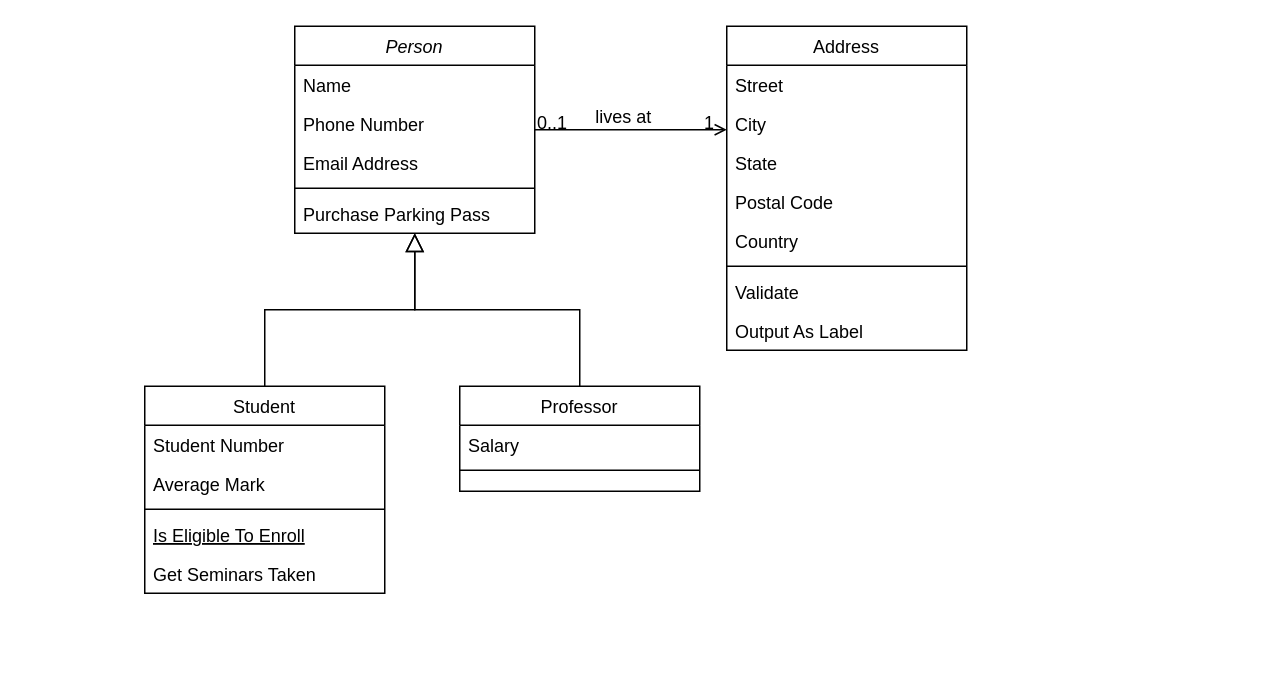
Earlier version of the draw.io diagram 未命名绘图.drawio (juegay/Hospital). Source tidied: cells renumbered, new cells numbered last; positions are measured from the earlier drawing's top-left corner, leaving out a move shared by most shapes. Both pictures are drawn from the tidied source at 150%, with x=0, y=0 at pixel (144, 26).
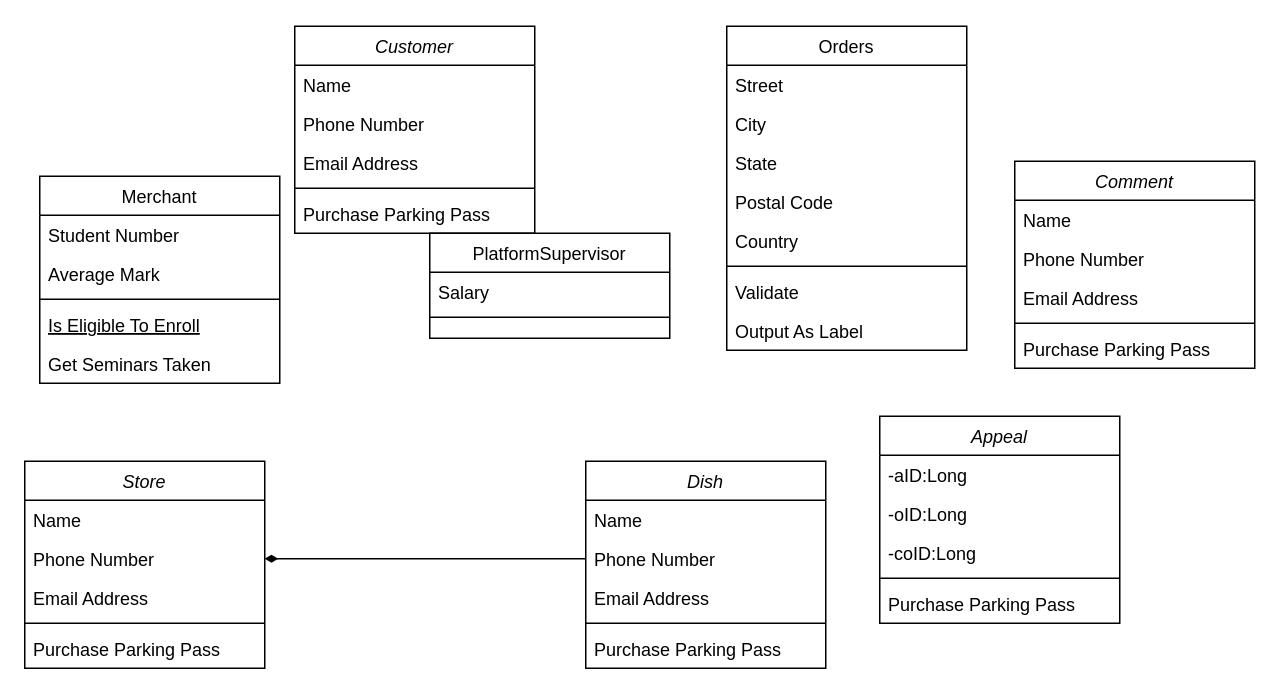
The same diagram, later.

The edit, as a diff of the source:
```diff
@@
-    <mxCell id="2" value="Person" style="swimlane;fontStyle=2;align=center;verticalAlign=top;horizontal=1;startSize=26;rounded=0;shadow=0;strokeWidth=1;" parent="1" vertex="1">
+    <mxCell id="2" value="Customer" style="swimlane;fontStyle=2;align=center;verticalAlign=top;horizontal=1;startSize=26;rounded=0;shadow=0;strokeWidth=1;" parent="1" vertex="1">
       <mxGeometry x="100" width="160" height="138" as="geometry" />
     </mxCell>
@@
-    <mxCell id="8" value="Student" style="swimlane;fontStyle=0;align=center;verticalAlign=top;horizontal=1;startSize=26;rounded=0;shadow=0;strokeWidth=1;" parent="1" vertex="1">
-      <mxGeometry y="240" width="160" height="138" as="geometry" />
+    <mxCell id="8" value="Merchant" style="swimlane;fontStyle=0;align=center;verticalAlign=top;horizontal=1;startSize=26;rounded=0;shadow=0;strokeWidth=1;" parent="1" vertex="1">
+      <mxGeometry x="-70" y="100" width="160" height="138" as="geometry" />
     </mxCell>
@@
-    <mxCell id="14" style="endArrow=block;endSize=10;endFill=0;shadow=0;strokeWidth=1;rounded=0;curved=0;edgeStyle=elbowEdgeStyle;elbow=vertical;" parent="1" edge="1" source="8" target="2">
-      <mxGeometry relative="1" as="geometry" />
-    </mxCell>
-    <mxCell id="15" value="Professor" style="swimlane;fontStyle=0;align=center;verticalAlign=top;horizontal=1;startSize=26;rounded=0;shadow=0;strokeWidth=1;" parent="1" vertex="1">
-      <mxGeometry x="210" y="240" width="160" height="70" as="geometry" />
+    <mxCell id="15" value="PlatformSupervisor" style="swimlane;fontStyle=0;align=center;verticalAlign=top;horizontal=1;startSize=26;rounded=0;shadow=0;strokeWidth=1;" parent="1" vertex="1">
+      <mxGeometry x="190" y="138" width="160" height="70" as="geometry" />
     </mxCell>
@@
-    <mxCell id="18" style="endArrow=block;endSize=10;endFill=0;shadow=0;strokeWidth=1;rounded=0;curved=0;edgeStyle=elbowEdgeStyle;elbow=vertical;" parent="1" edge="1" source="15" target="2">
-      <mxGeometry relative="1" as="geometry" />
-    </mxCell>
-    <mxCell id="19" value="Address" style="swimlane;fontStyle=0;align=center;verticalAlign=top;horizontal=1;startSize=26;rounded=0;shadow=0;strokeWidth=1;" parent="1" vertex="1">
+    <mxCell id="19" value="Orders" style="swimlane;fontStyle=0;align=center;verticalAlign=top;horizontal=1;startSize=26;rounded=0;shadow=0;strokeWidth=1;" parent="1" vertex="1">
       <mxGeometry x="388" width="160" height="216" as="geometry" />
     </mxCell>
@@
-    <mxCell id="28" style="endArrow=open;shadow=0;strokeWidth=1;rounded=0;curved=0;endFill=1;edgeStyle=elbowEdgeStyle;elbow=vertical;" parent="1" edge="1" source="2" target="19">
-      <mxGeometry x="0.5" y="41" relative="1" as="geometry">
-        <mxPoint x="-40" y="32" as="offset" />
-      </mxGeometry>
-    </mxCell>
-    <mxCell id="29" value="0..1" style="align=left;verticalAlign=bottom;labelBackgroundColor=none;fontSize=12;" parent="28" vertex="1">
-      <mxGeometry x="-1" relative="1" as="geometry">
-        <mxPoint y="4" as="offset" />
-      </mxGeometry>
-    </mxCell>
-    <mxCell id="30" value="1" style="align=right;verticalAlign=bottom;labelBackgroundColor=none;fontSize=12;" parent="28" vertex="1">
-      <mxGeometry x="1" relative="1" as="geometry">
-        <mxPoint x="-7" y="4" as="offset" />
-      </mxGeometry>
-    </mxCell>
-    <mxCell id="31" value="lives at" style="text;html=1;align=center;verticalAlign=middle;labelBackgroundColor=none;rounded=0;shadow=0;strokeWidth=1;fontSize=12;" parent="28" vertex="1">
-      <mxGeometry x="0.5" y="49" relative="1" as="geometry">
-        <mxPoint x="-38" y="40" as="offset" />
-      </mxGeometry>
-    </mxCell>
+    <mxCell id="32" value="Appeal" style="swimlane;fontStyle=2;align=center;verticalAlign=top;horizontal=1;startSize=26;rounded=0;shadow=0;strokeWidth=1;" parent="1" vertex="1">
+      <mxGeometry x="490" y="260" width="160" height="138" as="geometry" />
+    </mxCell>
+    <mxCell id="33" value="-aID:Long" style="text;align=left;verticalAlign=top;spacingLeft=4;spacingRight=4;overflow=hidden;" parent="32" vertex="1">
+      <mxGeometry y="26" width="160" height="26" as="geometry" />
+    </mxCell>
+    <mxCell id="34" value="-oID:Long" style="text;align=left;verticalAlign=top;spacingLeft=4;spacingRight=4;overflow=hidden;rounded=0;shadow=0;html=0;" parent="32" vertex="1">
+      <mxGeometry y="52" width="160" height="26" as="geometry" />
+    </mxCell>
+    <mxCell id="35" value="-coID:Long" style="text;align=left;verticalAlign=top;spacingLeft=4;spacingRight=4;overflow=hidden;rounded=0;shadow=0;html=0;" parent="32" vertex="1">
+      <mxGeometry y="78" width="160" height="26" as="geometry" />
+    </mxCell>
+    <mxCell id="36" style="line;html=1;strokeWidth=1;align=left;verticalAlign=middle;spacingTop=-1;spacingLeft=3;spacingRight=3;labelPosition=right;" parent="32" vertex="1">
+      <mxGeometry y="104" width="160" height="8" as="geometry" />
+    </mxCell>
+    <mxCell id="37" value="Purchase Parking Pass" style="text;align=left;verticalAlign=top;spacingLeft=4;spacingRight=4;overflow=hidden;" parent="32" vertex="1">
+      <mxGeometry y="112" width="160" height="26" as="geometry" />
+    </mxCell>
+    <mxCell id="38" value="Comment" style="swimlane;fontStyle=2;align=center;verticalAlign=top;horizontal=1;startSize=26;rounded=0;shadow=0;strokeWidth=1;" parent="1" vertex="1">
+      <mxGeometry x="580" y="90" width="160" height="138" as="geometry" />
+    </mxCell>
+    <mxCell id="39" value="Name" style="text;align=left;verticalAlign=top;spacingLeft=4;spacingRight=4;overflow=hidden;" parent="38" vertex="1">
+      <mxGeometry y="26" width="160" height="26" as="geometry" />
+    </mxCell>
+    <mxCell id="40" value="Phone Number" style="text;align=left;verticalAlign=top;spacingLeft=4;spacingRight=4;overflow=hidden;rounded=0;shadow=0;html=0;" parent="38" vertex="1">
+      <mxGeometry y="52" width="160" height="26" as="geometry" />
+    </mxCell>
+    <mxCell id="41" value="Email Address" style="text;align=left;verticalAlign=top;spacingLeft=4;spacingRight=4;overflow=hidden;rounded=0;shadow=0;html=0;" parent="38" vertex="1">
+      <mxGeometry y="78" width="160" height="26" as="geometry" />
+    </mxCell>
+    <mxCell id="42" style="line;html=1;strokeWidth=1;align=left;verticalAlign=middle;spacingTop=-1;spacingLeft=3;spacingRight=3;labelPosition=right;" parent="38" vertex="1">
+      <mxGeometry y="104" width="160" height="8" as="geometry" />
+    </mxCell>
+    <mxCell id="43" value="Purchase Parking Pass" style="text;align=left;verticalAlign=top;spacingLeft=4;spacingRight=4;overflow=hidden;" parent="38" vertex="1">
+      <mxGeometry y="112" width="160" height="26" as="geometry" />
+    </mxCell>
+    <mxCell id="44" value="Store" style="swimlane;fontStyle=2;align=center;verticalAlign=top;horizontal=1;startSize=26;rounded=0;shadow=0;strokeWidth=1;" parent="1" vertex="1">
+      <mxGeometry x="-80" y="290" width="160" height="138" as="geometry" />
+    </mxCell>
+    <mxCell id="45" value="Name" style="text;align=left;verticalAlign=top;spacingLeft=4;spacingRight=4;overflow=hidden;" parent="44" vertex="1">
+      <mxGeometry y="26" width="160" height="26" as="geometry" />
+    </mxCell>
+    <mxCell id="46" value="Phone Number" style="text;align=left;verticalAlign=top;spacingLeft=4;spacingRight=4;overflow=hidden;points=[[0,0.5],[1,0.5]];portConstraint=eastwest;rounded=0;shadow=0;html=0;" parent="44" vertex="1">
+      <mxGeometry y="52" width="160" height="26" as="geometry" />
+    </mxCell>
+    <mxCell id="47" value="Email Address" style="text;align=left;verticalAlign=top;spacingLeft=4;spacingRight=4;overflow=hidden;rounded=0;shadow=0;html=0;" parent="44" vertex="1">
+      <mxGeometry y="78" width="160" height="26" as="geometry" />
+    </mxCell>
+    <mxCell id="48" style="line;html=1;strokeWidth=1;align=left;verticalAlign=middle;spacingTop=-1;spacingLeft=3;spacingRight=3;labelPosition=right;" parent="44" vertex="1">
+      <mxGeometry y="104" width="160" height="8" as="geometry" />
+    </mxCell>
+    <mxCell id="49" value="Purchase Parking Pass" style="text;align=left;verticalAlign=top;spacingLeft=4;spacingRight=4;overflow=hidden;" parent="44" vertex="1">
+      <mxGeometry y="112" width="160" height="26" as="geometry" />
+    </mxCell>
+    <mxCell id="50" value="Dish" style="swimlane;fontStyle=2;align=center;verticalAlign=top;horizontal=1;startSize=26;rounded=0;shadow=0;strokeWidth=1;" parent="1" vertex="1">
+      <mxGeometry x="294" y="290" width="160" height="138" as="geometry" />
+    </mxCell>
+    <mxCell id="51" value="Name" style="text;align=left;verticalAlign=top;spacingLeft=4;spacingRight=4;overflow=hidden;" parent="50" vertex="1">
+      <mxGeometry y="26" width="160" height="26" as="geometry" />
+    </mxCell>
+    <mxCell id="52" value="Phone Number" style="text;align=left;verticalAlign=top;spacingLeft=4;spacingRight=4;overflow=hidden;points=[[0,0.5],[1,0.5]];portConstraint=eastwest;rounded=0;shadow=0;html=0;" parent="50" vertex="1">
+      <mxGeometry y="52" width="160" height="26" as="geometry" />
+    </mxCell>
+    <mxCell id="53" value="Email Address" style="text;align=left;verticalAlign=top;spacingLeft=4;spacingRight=4;overflow=hidden;rounded=0;shadow=0;html=0;" parent="50" vertex="1">
+      <mxGeometry y="78" width="160" height="26" as="geometry" />
+    </mxCell>
+    <mxCell id="54" style="line;html=1;strokeWidth=1;align=left;verticalAlign=middle;spacingTop=-1;spacingLeft=3;spacingRight=3;labelPosition=right;" parent="50" vertex="1">
+      <mxGeometry y="104" width="160" height="8" as="geometry" />
+    </mxCell>
+    <mxCell id="55" value="Purchase Parking Pass" style="text;align=left;verticalAlign=top;spacingLeft=4;spacingRight=4;overflow=hidden;" parent="50" vertex="1">
+      <mxGeometry y="112" width="160" height="26" as="geometry" />
+    </mxCell>
+    <mxCell id="56" style="edgeStyle=orthogonalEdgeStyle;rounded=0;jettySize=auto;html=1;exitX=0;exitY=0.5;exitDx=0;exitDy=0;entryX=1;entryY=0.5;entryDx=0;entryDy=0;endArrow=diamondThin;endFill=1;" parent="1" edge="1" source="52" target="46">
+      <mxGeometry relative="1" as="geometry" />
+    </mxCell>
```
